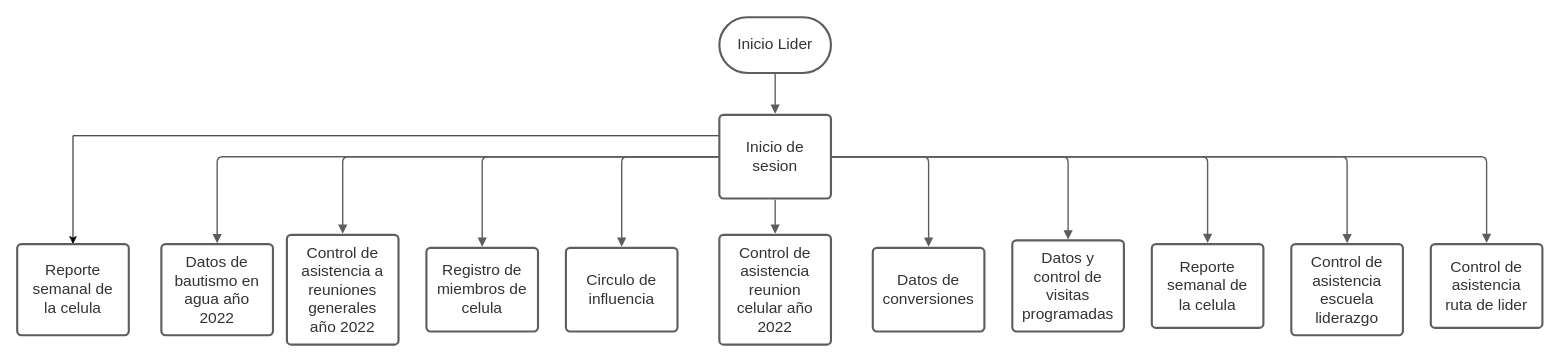
This is page "diagrama-de-flujo" (2 of 2) of Diagrama 1.drawio from KJCarvajal/la-cosecha, a draw.io file, before an edit. Source tidied: cells renumbered, new cells numbered last; positions are measured from the earlier drawing's top-left corner, leaving out a move shared by most shapes. Both pictures are drawn from the tidied source at 93%, with x=0, y=0 at pixel (17, 17).
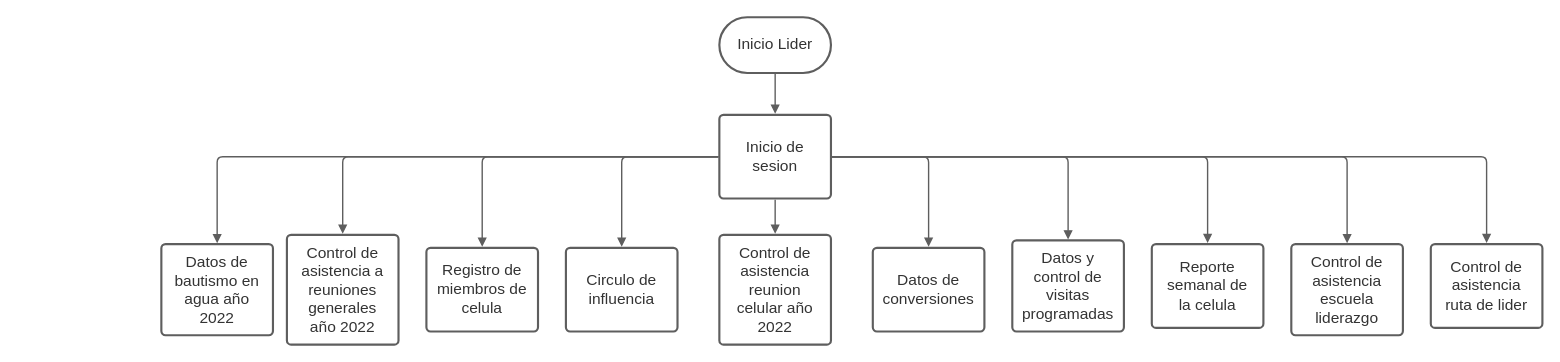
Above is the later version.

Unchanged cells that the change refers to:
```xml
<mxCell id="4" value="Inicio de sesion" style="html=1;overflow=block;blockSpacing=1;whiteSpace=wrap;fontSize=16.7;fontColor=#333333;align=center;spacing=9;strokeColor=#5e5e5e;strokeOpacity=100;rounded=1;absoluteArcSize=1;arcSize=9;strokeWidth=2.3;" parent="1" vertex="1">
  <mxGeometry x="755" y="105" width="120" height="90" as="geometry" />
</mxCell>
```

Change to the diagram source:
```diff
@@
-    <mxCell id="3" style="edgeStyle=orthogonalEdgeStyle;rounded=0;jettySize=auto;html=1;exitX=0;exitY=0.25;exitDx=0;exitDy=0;entryX=0.5;entryY=0;entryDx=0;entryDy=0;" parent="1" edge="1" source="4" target="26">
-      <mxGeometry relative="1" as="geometry" />
-    </mxCell>
@@
-    <mxCell id="26" value="Reporte semanal de la celula" style="html=1;overflow=block;blockSpacing=1;whiteSpace=wrap;fontSize=16.7;fontColor=#333333;align=center;spacing=9;strokeColor=#5e5e5e;strokeOpacity=100;rounded=1;absoluteArcSize=1;arcSize=9;strokeWidth=2.3;" parent="1" vertex="1">
-      <mxGeometry y="244" width="120" height="98" as="geometry" />
-    </mxCell>
```
